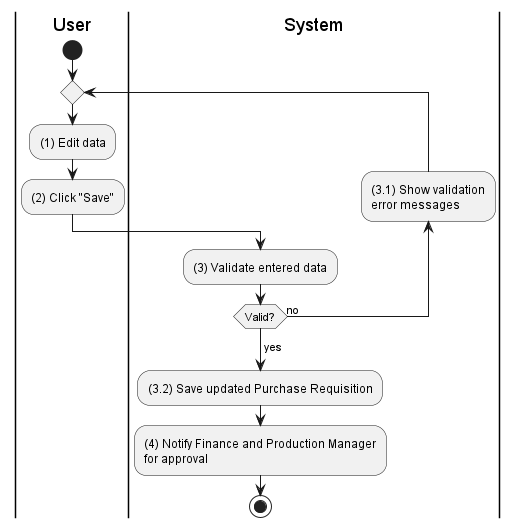
This is activities/purchase-requisition-update.png from phihungha/scmss-reqs, a PlantUML export, as it was before one commit. Its diagram source:
```plantuml
@startuml purchase-requisition-update
|u|User
|s|System

|u|
start
repeat
    :(1) Edit data;
    :(2) Click "Save";

    |s|
    :(3) Validate entered data;
    backward:(3.1) Show validation
    error messages;
repeat while (Valid?) is (no)
->yes;
:(3.2) Save updated Purchase Requisition;
:(4) Notify Finance and Production Manager
for approval;
stop
@enduml
```
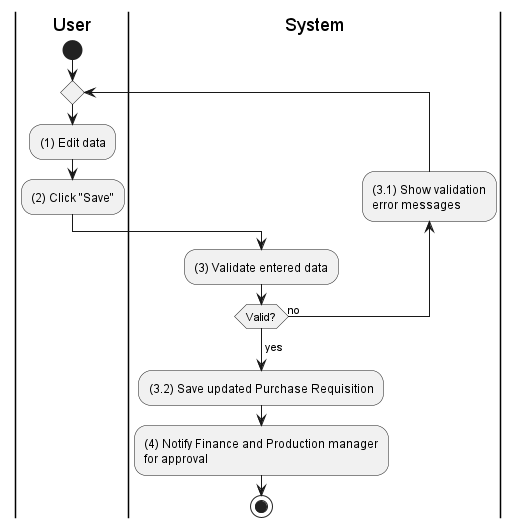
After the commit.

The edit, as a diff of the source:
```diff
@@ -15,7 +15,7 @@
 repeat while (Valid?) is (no)
 ->yes;
 :(3.2) Save updated Purchase Requisition;
-:(4) Notify Finance and Production Manager
+:(4) Notify Finance and Production manager
 for approval;
 stop
 @enduml
```
